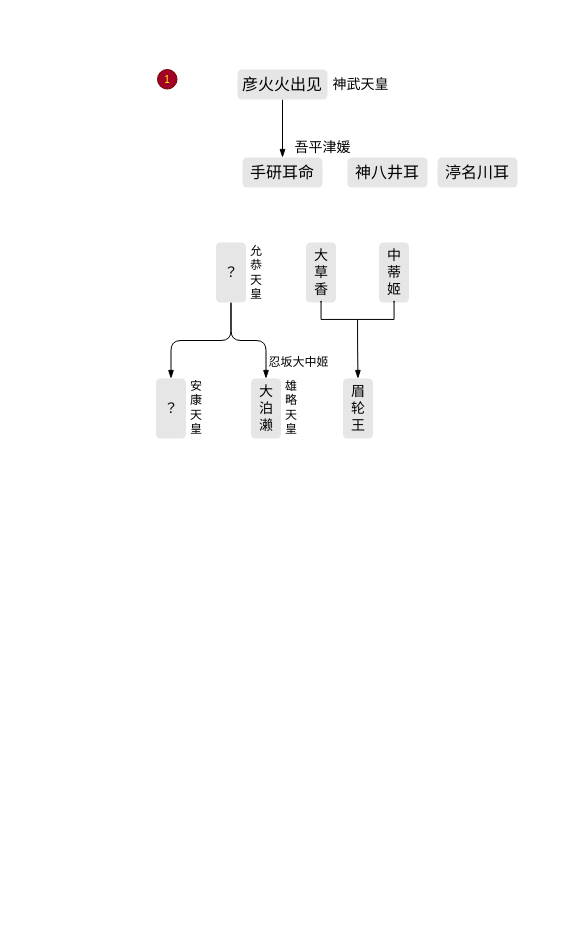
This is page "Page-2" (3 of 3) of drawio/世系/日本天皇世系.drawio from zhehaoxu/historio, a draw.io file, before an edit. Source tidied: cells renumbered, new cells numbered last; positions are measured from the earlier drawing's top-left corner, leaving out a move shared by most shapes. Both pictures are drawn from the tidied source at 100%, with x=0, y=0 at pixel (17, 17).
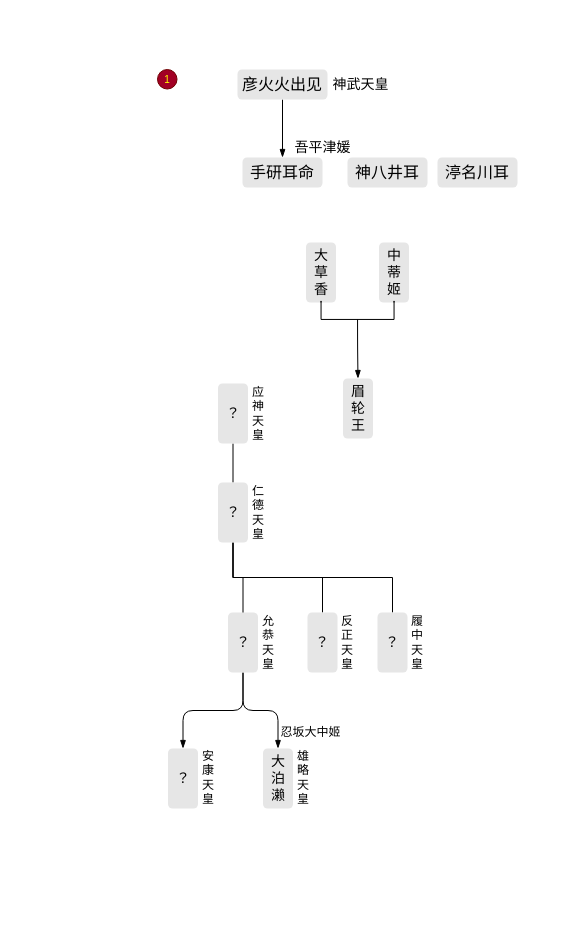
The same page after the edit.

Unchanged cells that the change refers to:
```xml
<mxCell id="2" style="rounded=0;whiteSpace=wrap;html=1;fillColor=#FFFFFF;strokeColor=none;" parent="1" vertex="1">
  <mxGeometry width="550" height="900" as="geometry" />
</mxCell>
```

Change to the diagram source:
```diff
@@
     <mxCell id="11" value="大&lt;br&gt;泊&lt;br&gt;濑" style="rounded=1;whiteSpace=wrap;html=1;fontFamily=Helvetica;fontSize=14;fontColor=#000000;strokeWidth=2;fillColor=#E6E6E6;strokeColor=none;" parent="2" vertex="1">
-      <mxGeometry x="233.5" y="361" width="30" height="60" as="geometry" />
+      <mxGeometry x="245.5" y="731" width="30" height="60" as="geometry" />
     </mxCell>
     <mxCell id="12" value="雄&lt;br style=&quot;font-size: 12px;&quot;&gt;略&lt;br style=&quot;font-size: 12px;&quot;&gt;天&lt;br style=&quot;font-size: 12px;&quot;&gt;皇" style="text;html=1;strokeColor=none;fillColor=none;align=center;verticalAlign=middle;whiteSpace=wrap;rounded=0;fontFamily=Helvetica;fontSize=12;fontColor=#000000;" parent="2" vertex="1">
-      <mxGeometry x="263.5" y="355" width="20" height="70" as="geometry" />
+      <mxGeometry x="275.5" y="725" width="20" height="70" as="geometry" />
     </mxCell>
     <mxCell id="13" value="？" style="rounded=1;whiteSpace=wrap;html=1;fontFamily=Helvetica;fontSize=14;fontColor=#000000;strokeWidth=2;fillColor=#E6E6E6;strokeColor=none;" parent="2" vertex="1">
-      <mxGeometry x="138.5" y="361" width="30" height="60" as="geometry" />
+      <mxGeometry x="150.5" y="731" width="30" height="60" as="geometry" />
     </mxCell>
     <mxCell id="14" value="安&lt;br&gt;康&lt;br style=&quot;font-size: 12px&quot;&gt;天&lt;br style=&quot;font-size: 12px&quot;&gt;皇" style="text;html=1;strokeColor=none;fillColor=none;align=center;verticalAlign=middle;whiteSpace=wrap;rounded=0;fontFamily=Helvetica;fontSize=12;fontColor=#000000;" parent="2" vertex="1">
-      <mxGeometry x="168.5" y="355" width="20" height="70" as="geometry" />
+      <mxGeometry x="180.5" y="725" width="20" height="70" as="geometry" />
     </mxCell>
@@
     <mxCell id="16" style="edgeStyle=orthogonalEdgeStyle;shape=connector;rounded=1;html=1;exitX=0.5;exitY=1;exitDx=0;exitDy=0;labelBackgroundColor=default;fontFamily=Helvetica;fontSize=16;fontColor=#000000;endArrow=blockThin;endFill=1;strokeColor=#000000;strokeWidth=1;entryX=0.5;entryY=0;entryDx=0;entryDy=0;" parent="2" edge="1" source="17" target="11">
       <mxGeometry relative="1" as="geometry">
         <Array as="points">
-          <mxPoint x="213.5" y="323" />
-          <mxPoint x="248.5" y="323" />
+          <mxPoint x="225.5" y="693" />
+          <mxPoint x="260.5" y="693" />
         </Array>
       </mxGeometry>
     </mxCell>
     <mxCell id="17" value="？" style="rounded=1;whiteSpace=wrap;html=1;fontFamily=Helvetica;fontSize=14;fontColor=#000000;strokeWidth=2;fillColor=#E6E6E6;strokeColor=none;" parent="2" vertex="1">
-      <mxGeometry x="198.5" y="225" width="30" height="60" as="geometry" />
+      <mxGeometry x="210.5" y="595" width="30" height="60" as="geometry" />
     </mxCell>
@@
     <mxCell id="21" value="允恭&lt;br style=&quot;font-size: 12px&quot;&gt;天&lt;br style=&quot;font-size: 12px&quot;&gt;皇" style="text;html=1;strokeColor=none;fillColor=none;align=center;verticalAlign=middle;whiteSpace=wrap;rounded=0;fontFamily=Helvetica;fontSize=12;fontColor=#000000;" parent="2" vertex="1">
-      <mxGeometry x="228.5" y="220" width="20" height="70" as="geometry" />
+      <mxGeometry x="240.5" y="590" width="20" height="70" as="geometry" />
     </mxCell>
     <mxCell id="22" value="忍坂大中姬" style="text;html=1;strokeColor=none;fillColor=none;align=center;verticalAlign=middle;whiteSpace=wrap;rounded=0;fontFamily=Helvetica;fontSize=12;fontColor=#000000;" parent="2" vertex="1">
-      <mxGeometry x="248.5" y="335" width="65" height="20" as="geometry" />
+      <mxGeometry x="260.5" y="705" width="65" height="20" as="geometry" />
     </mxCell>
@@
+    <mxCell id="27" style="edgeStyle=orthogonalEdgeStyle;shape=connector;rounded=0;html=1;exitX=0.5;exitY=1;exitDx=0;exitDy=0;entryX=0.5;entryY=0;entryDx=0;entryDy=0;labelBackgroundColor=default;fontFamily=Helvetica;fontSize=10;fontColor=#000000;endArrow=none;endFill=0;strokeColor=#000000;strokeWidth=1;" parent="2" edge="1" source="28" target="34">
+      <mxGeometry relative="1" as="geometry" />
+    </mxCell>
+    <mxCell id="28" value="？" style="rounded=1;whiteSpace=wrap;html=1;fontFamily=Helvetica;fontSize=14;fontColor=#000000;strokeWidth=2;fillColor=#E6E6E6;strokeColor=none;" parent="2" vertex="1">
+      <mxGeometry x="200.5" y="366" width="30" height="60" as="geometry" />
+    </mxCell>
+    <mxCell id="29" value="应&lt;br&gt;神&lt;br style=&quot;font-size: 12px&quot;&gt;天&lt;br style=&quot;font-size: 12px&quot;&gt;皇" style="text;html=1;strokeColor=none;fillColor=none;align=center;verticalAlign=middle;whiteSpace=wrap;rounded=0;fontFamily=Helvetica;fontSize=12;fontColor=#000000;" parent="2" vertex="1">
+      <mxGeometry x="230.5" y="361" width="20" height="70" as="geometry" />
+    </mxCell>
+    <mxCell id="30" value="仁&lt;br&gt;德&lt;br style=&quot;font-size: 12px&quot;&gt;天&lt;br style=&quot;font-size: 12px&quot;&gt;皇" style="text;html=1;strokeColor=none;fillColor=none;align=center;verticalAlign=middle;whiteSpace=wrap;rounded=0;fontFamily=Helvetica;fontSize=12;fontColor=#000000;" parent="2" vertex="1">
+      <mxGeometry x="230.5" y="460" width="20" height="70" as="geometry" />
+    </mxCell>
+    <mxCell id="31" style="edgeStyle=orthogonalEdgeStyle;shape=connector;rounded=0;html=1;exitX=0.5;exitY=1;exitDx=0;exitDy=0;entryX=0.5;entryY=0;entryDx=0;entryDy=0;labelBackgroundColor=default;fontFamily=Helvetica;fontSize=10;fontColor=#000000;endArrow=none;endFill=0;strokeColor=#000000;strokeWidth=1;" parent="2" edge="1" source="34" target="17">
+      <mxGeometry relative="1" as="geometry" />
+    </mxCell>
+    <mxCell id="32" style="edgeStyle=orthogonalEdgeStyle;shape=connector;rounded=0;html=1;exitX=0.5;exitY=1;exitDx=0;exitDy=0;entryX=0.5;entryY=0;entryDx=0;entryDy=0;labelBackgroundColor=default;fontFamily=Helvetica;fontSize=10;fontColor=#000000;endArrow=none;endFill=0;strokeColor=#000000;strokeWidth=1;" parent="2" edge="1" source="34" target="36">
+      <mxGeometry relative="1" as="geometry" />
+    </mxCell>
+    <mxCell id="33" style="edgeStyle=orthogonalEdgeStyle;shape=connector;rounded=0;html=1;exitX=0.5;exitY=1;exitDx=0;exitDy=0;labelBackgroundColor=default;fontFamily=Helvetica;fontSize=10;fontColor=#000000;endArrow=none;endFill=0;strokeColor=#000000;strokeWidth=1;" parent="2" edge="1" source="34" target="38">
+      <mxGeometry relative="1" as="geometry" />
+    </mxCell>
+    <mxCell id="34" value="？" style="rounded=1;whiteSpace=wrap;html=1;fontFamily=Helvetica;fontSize=14;fontColor=#000000;strokeWidth=2;fillColor=#E6E6E6;strokeColor=none;" parent="2" vertex="1">
+      <mxGeometry x="200.5" y="465" width="30" height="60" as="geometry" />
+    </mxCell>
+    <mxCell id="35" value="反&lt;br&gt;正&lt;br style=&quot;font-size: 12px&quot;&gt;天&lt;br style=&quot;font-size: 12px&quot;&gt;皇" style="text;html=1;strokeColor=none;fillColor=none;align=center;verticalAlign=middle;whiteSpace=wrap;rounded=0;fontFamily=Helvetica;fontSize=12;fontColor=#000000;" parent="2" vertex="1">
+      <mxGeometry x="320" y="590" width="20" height="70" as="geometry" />
+    </mxCell>
+    <mxCell id="36" value="？" style="rounded=1;whiteSpace=wrap;html=1;fontFamily=Helvetica;fontSize=14;fontColor=#000000;strokeWidth=2;fillColor=#E6E6E6;strokeColor=none;" parent="2" vertex="1">
+      <mxGeometry x="290" y="595" width="30" height="60" as="geometry" />
+    </mxCell>
+    <mxCell id="37" value="履中天&lt;br style=&quot;font-size: 12px&quot;&gt;皇" style="text;html=1;strokeColor=none;fillColor=none;align=center;verticalAlign=middle;whiteSpace=wrap;rounded=0;fontFamily=Helvetica;fontSize=12;fontColor=#000000;" parent="2" vertex="1">
+      <mxGeometry x="390" y="590" width="20" height="70" as="geometry" />
+    </mxCell>
+    <mxCell id="38" value="？" style="rounded=1;whiteSpace=wrap;html=1;fontFamily=Helvetica;fontSize=14;fontColor=#000000;strokeWidth=2;fillColor=#E6E6E6;strokeColor=none;" parent="2" vertex="1">
+      <mxGeometry x="360" y="595" width="30" height="60" as="geometry" />
+    </mxCell>
```
